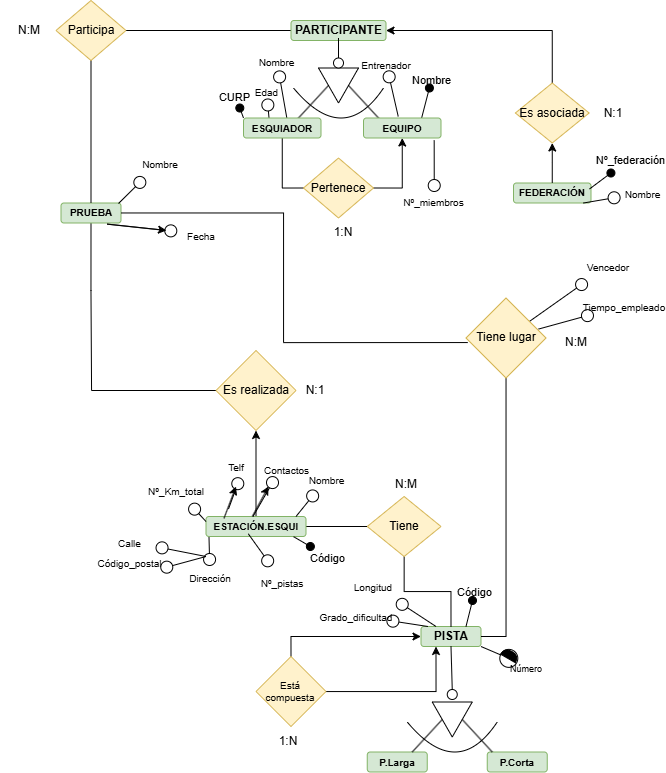
This is Data Base/OlimpiadasDeInvierno.drawio.png from Samue45/1-DAM, a draw.io export, as it was before one commit. Source tidied: cells renumbered, new cells last; positions are measured from the earlier drawing's top-left corner, leaving out a move shared by most shapes.
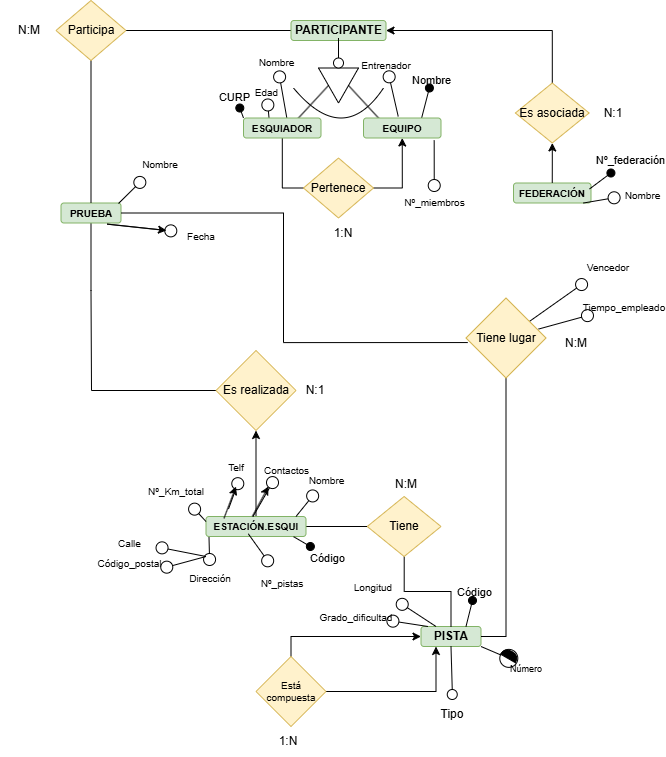
After the commit.

Change to the diagram source:
```diff
@@ -20,12 +20,6 @@
     <mxCell id="7" style="edgeStyle=orthogonalEdgeStyle;rounded=0;jettySize=auto;html=1;startArrow=classic;startFill=1;endArrow=none;endFill=0;exitX=1;exitY=0.5;exitDx=0;exitDy=0;" parent="1" edge="1" source="45" target="36">
       <mxGeometry relative="1" as="geometry" />
     </mxCell>
-    <mxCell id="8" value="&lt;b&gt;P.Larga&lt;/b&gt;" style="rounded=1;whiteSpace=wrap;html=1;fillColor=#d5e8d4;strokeColor=#82b366;fontSize=10;" parent="1" vertex="1">
-      <mxGeometry x="367.8" y="751.5" width="60" height="20" as="geometry" />
-    </mxCell>
-    <mxCell id="9" value="&lt;b&gt;P.Corta&lt;/b&gt;" style="rounded=1;whiteSpace=wrap;html=1;fillColor=#d5e8d4;strokeColor=#82b366;fontSize=10;" parent="1" vertex="1">
-      <mxGeometry x="487.8" y="751.5" width="60" height="20" as="geometry" />
-    </mxCell>
     <mxCell id="10" style="edgeStyle=orthogonalEdgeStyle;rounded=0;jettySize=auto;html=1;entryX=0;entryY=0.5;entryDx=0;entryDy=0;endArrow=none;endFill=0;exitX=0.5;exitY=1;exitDx=0;exitDy=0;" parent="1" edge="1" source="11" target="95">
       <mxGeometry relative="1" as="geometry">
         <Array as="points">
@@ -37,17 +31,9 @@
     <mxCell id="11" value="&lt;b style=&quot;font-size: 10px;&quot;&gt;PRUEBA&lt;/b&gt;" style="rounded=1;whiteSpace=wrap;html=1;fillColor=#d5e8d4;strokeColor=#82b366;" parent="1" vertex="1">
       <mxGeometry x="61.5" y="202.5" width="60" height="20" as="geometry" />
     </mxCell>
-    <mxCell id="12" style="triangle;whiteSpace=wrap;html=1;rotation=90;fontSize=11;" parent="1" vertex="1">
-      <mxGeometry x="435.2" y="699" width="35" height="40" as="geometry" />
-    </mxCell>
     <mxCell id="13" style="ellipse;whiteSpace=wrap;html=1;fontSize=11;" parent="1" vertex="1">
       <mxGeometry x="447.8" y="689" width="10" height="10" as="geometry" />
     </mxCell>
-    <mxCell id="14" style="endArrow=none;html=1;rounded=0;fontSize=11;entryX=0.5;entryY=1;entryDx=0;entryDy=0;" parent="1" edge="1" target="12">
-      <mxGeometry relative="1" as="geometry">
-        <mxPoint x="412.8" y="751.5" as="sourcePoint" />
-      </mxGeometry>
-    </mxCell>
     <mxCell id="15" style="edgeStyle=orthogonalEdgeStyle;rounded=0;jettySize=auto;html=1;entryX=0.5;entryY=0;entryDx=0;entryDy=0;startArrow=classic;startFill=1;endArrow=none;endFill=0;" parent="1" edge="1" source="16" target="93">
       <mxGeometry relative="1" as="geometry" />
     </mxCell>
@@ -59,20 +45,6 @@
         <mxPoint x="451.5" y="646" as="targetPoint" />
       </mxGeometry>
     </mxCell>
-    <mxCell id="18" style="endArrow=none;html=1;rounded=0;curved=1;fontSize=10;" parent="1" edge="1">
-      <mxGeometry relative="1" as="geometry">
-        <mxPoint x="407.8" y="721.5" as="sourcePoint" />
-        <mxPoint x="497.8" y="721.5" as="targetPoint" />
-        <Array as="points">
-          <mxPoint x="457.8" y="781.5" />
-        </Array>
-      </mxGeometry>
-    </mxCell>
-    <mxCell id="19" style="endArrow=none;html=1;rounded=0;exitX=0.5;exitY=0;exitDx=0;exitDy=0;" parent="1" edge="1" source="12">
-      <mxGeometry relative="1" as="geometry">
-        <mxPoint x="492.8" y="751.5" as="targetPoint" />
-      </mxGeometry>
-    </mxCell>
     <mxCell id="20" style="edgeStyle=orthogonalEdgeStyle;rounded=0;jettySize=auto;html=1;entryX=0.5;entryY=0;entryDx=0;entryDy=0;endArrow=none;endFill=0;" parent="1" edge="1" source="21" target="11">
       <mxGeometry relative="1" as="geometry" />
     </mxCell>
@@ -381,5 +353,8 @@
     <mxCell id="105" value="&lt;font style=&quot;font-size: 10px;&quot;&gt;Nombre&lt;/font&gt;" style="text;html=1;align=center;verticalAlign=middle;whiteSpace=wrap;rounded=0;fontSize=16;" parent="1" vertex="1">
       <mxGeometry x="130.5" y="147" width="60" height="30" as="geometry" />
     </mxCell>
+    <mxCell id="106" value="Tipo" style="text;html=1;align=center;verticalAlign=middle;whiteSpace=wrap;rounded=0;" parent="1" vertex="1">
+      <mxGeometry x="423" y="699" width="60" height="30" as="geometry" />
+    </mxCell>
   </root>
 </mxGraphModel>
```
